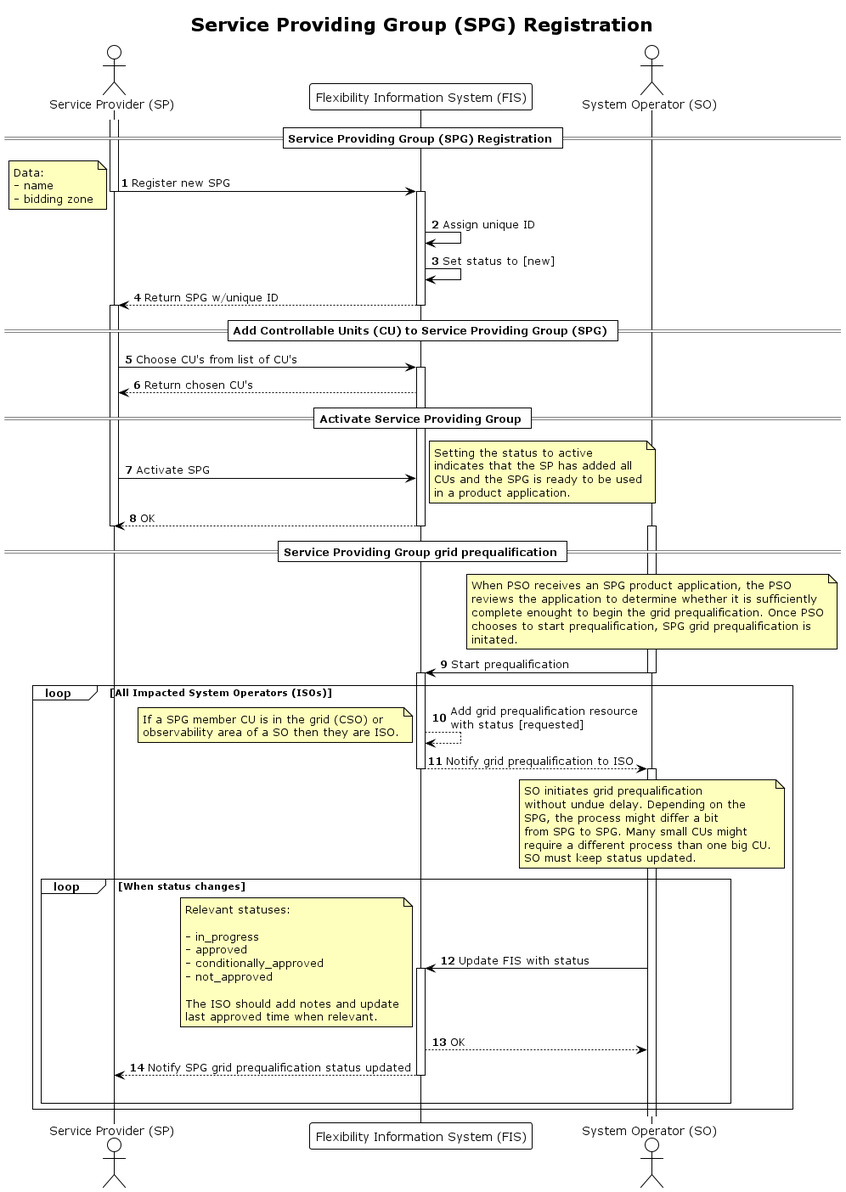
The PlantUML diagram docs/diagrams/service_providing_group_registration.png in elhub/flex-information-system, before a commit.
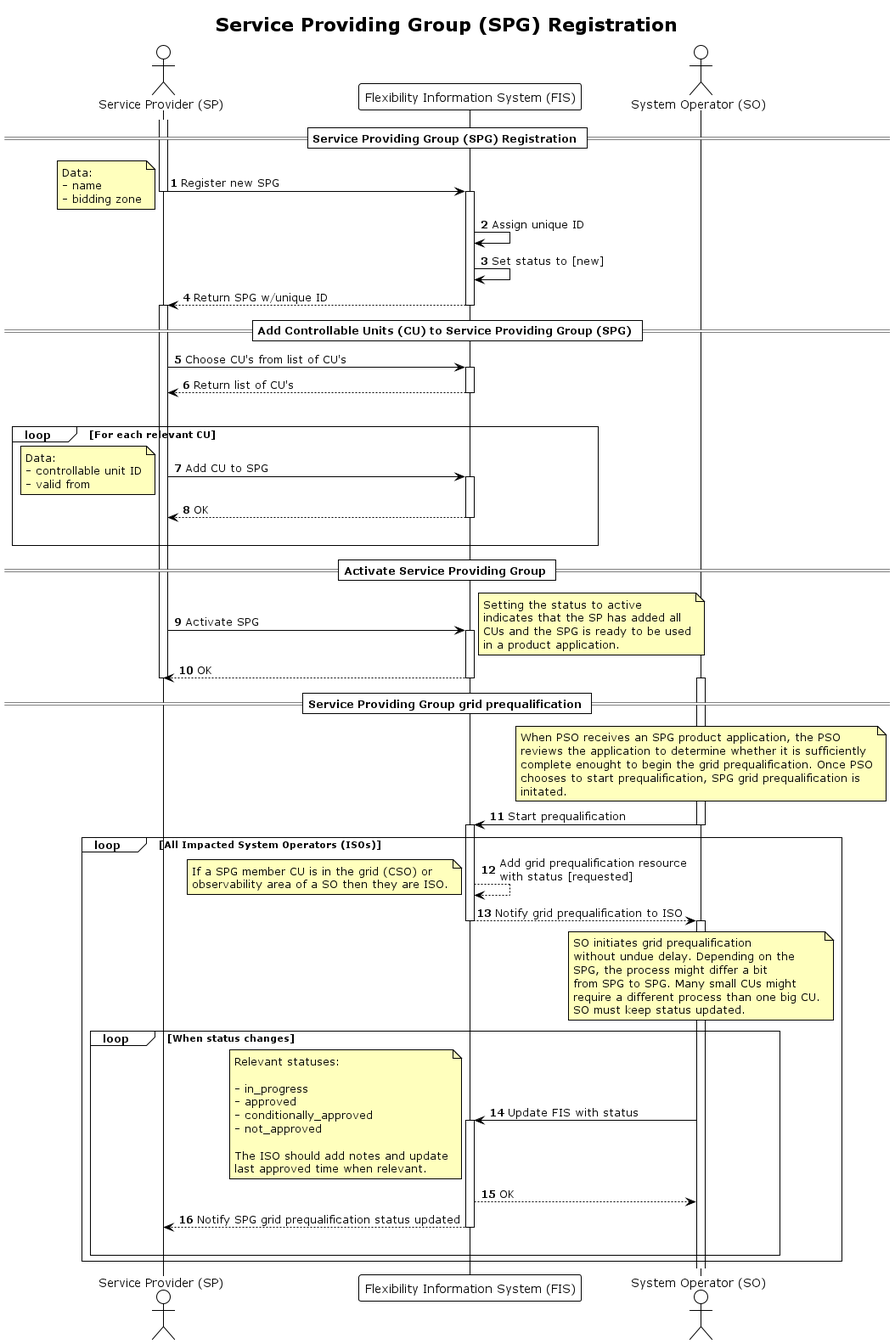
After the commit.

Commit message:
Reinstated add CU loop

Diff of the diagram source:
```diff
@@ -36,11 +36,27 @@
 
 SP -> FIS: Choose CU's from list of CU's
 activate FIS
-FIS --> SP: Return chosen CU's
+FIS --> SP: Return list of CU's
+deactivate FIS
+
+|||
+loop For each relevant CU
+    SP -> FIS: Add CU to SPG
+    activate FIS
+    note left
+        Data:
+        - controllable unit ID
+        - valid from
+    end note
+    FIS --> SP: OK
+    deactivate FIS
+    |||
+end
 
 == Activate Service Providing Group ==
 
 SP -> FIS: Activate SPG
+activate FIS
 note right
     Setting the status to active
     indicates that the SP has added all
```
